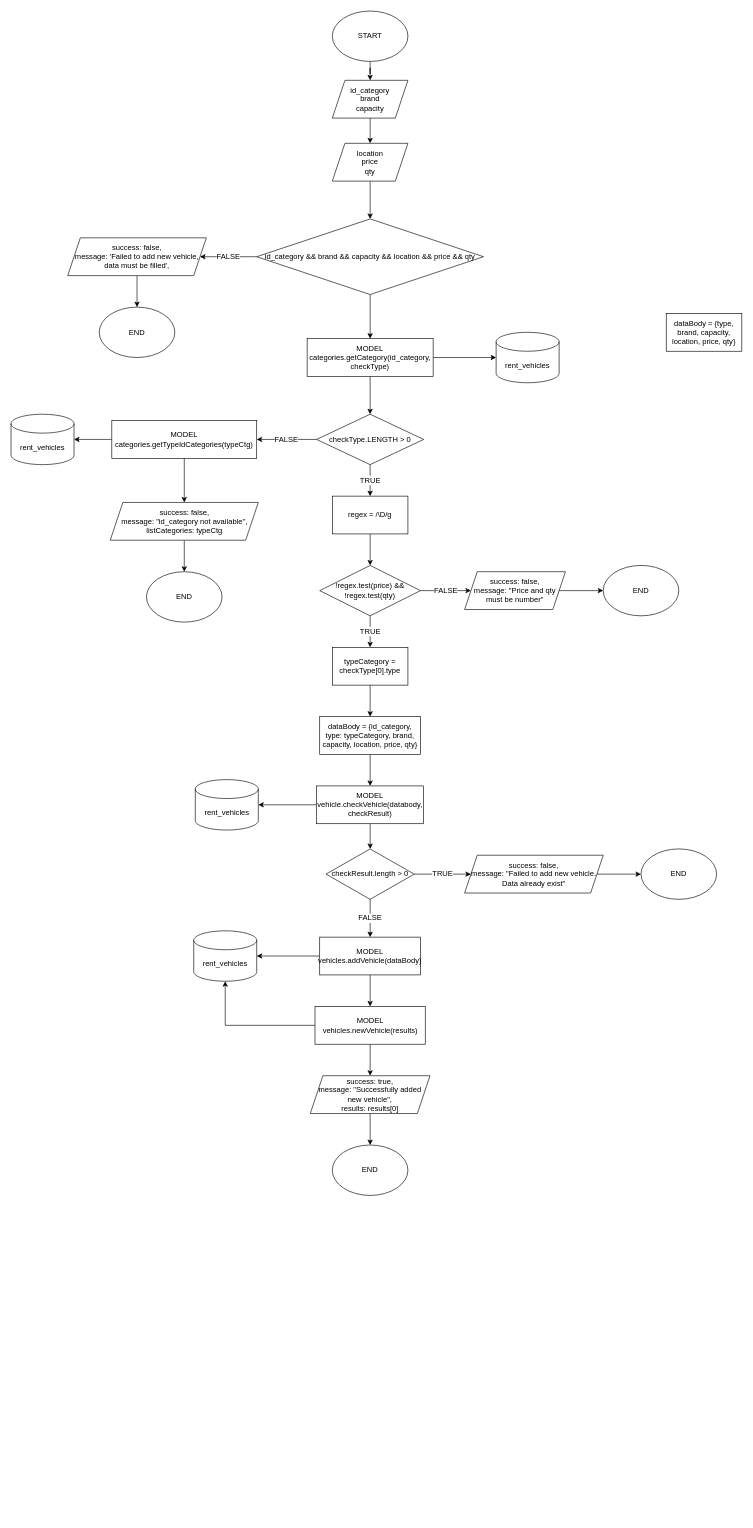
This is page "add vehicle" (4 of 6) of flowchart&ERD/vehicles.drawio from rintosaputro/fw5-backend-beginner, a draw.io file, before an edit. Source tidied: cells renumbered, new cells numbered last; positions are measured from the earlier drawing's top-left corner, leaving out a move shared by most shapes. Both pictures are drawn from the tidied source at 63%, with x=0, y=0 at pixel (11, 11).
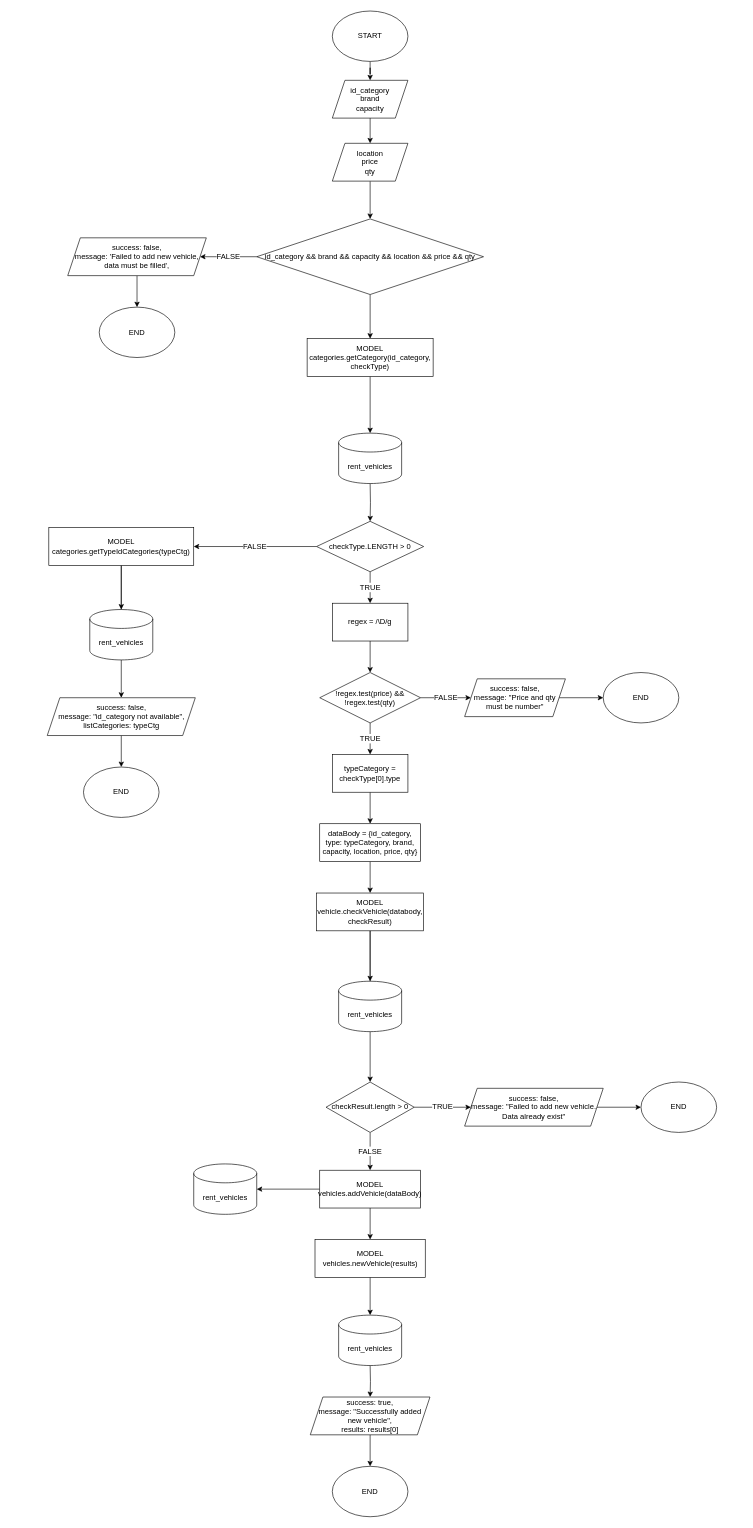
The same page after the edit.

The change refers to these unchanged cells:
```xml
<mxCell id="17" value="MODEL&lt;br&gt;categories.getCategory(id_category, checkType)" style="rounded=0;whiteSpace=wrap;html=1;fontSize=12;" parent="1" vertex="1">
  <mxGeometry x="470" y="520" width="200" height="60" as="geometry" />
</mxCell>
```

Change to the diagram source:
```diff
@@
-    <mxCell id="8" value="dataBody = {type, brand, capacity, location, price, qty}" style="rounded=0;whiteSpace=wrap;html=1;fontSize=12;" parent="1" vertex="1">
-      <mxGeometry x="1040" y="480" width="120" height="60" as="geometry" />
-    </mxCell>
@@
-    <mxCell id="16" style="edgeStyle=orthogonalEdgeStyle;rounded=0;jettySize=auto;html=1;fontSize=12;" parent="1" edge="1" source="17" target="21">
-      <mxGeometry relative="1" as="geometry" />
+    <mxCell id="16" style="edgeStyle=orthogonalEdgeStyle;rounded=0;jettySize=auto;html=1;fontSize=12;" parent="1" edge="1" target="21">
+      <mxGeometry relative="1" as="geometry">
+        <mxPoint x="570" y="750" as="sourcePoint" />
+      </mxGeometry>
     </mxCell>
@@
     <mxCell id="18" value="rent_vehicles" style="shape=cylinder3;whiteSpace=wrap;html=1;boundedLbl=1;backgroundOutline=1;size=15;fontSize=12;" parent="1" vertex="1">
-      <mxGeometry x="770" y="510" width="100" height="80" as="geometry" />
+      <mxGeometry x="520" y="670" width="100" height="80" as="geometry" />
     </mxCell>
@@
     <mxCell id="21" value="checkType.LENGTH &amp;gt; 0" style="rhombus;whiteSpace=wrap;html=1;fontSize=12;" parent="1" vertex="1">
-      <mxGeometry x="485" y="640" width="170" height="80" as="geometry" />
+      <mxGeometry x="485" y="810" width="170" height="80" as="geometry" />
     </mxCell>
@@
     <mxCell id="24" value="MODEL&lt;br&gt;categories.getTypeIdCategories(typeCtg)" style="rounded=0;whiteSpace=wrap;html=1;fontSize=12;" parent="1" vertex="1">
-      <mxGeometry x="160" y="650" width="230" height="60" as="geometry" />
+      <mxGeometry x="60" y="820" width="230" height="60" as="geometry" />
     </mxCell>
     <mxCell id="25" value="rent_vehicles" style="shape=cylinder3;whiteSpace=wrap;html=1;boundedLbl=1;backgroundOutline=1;size=15;fontSize=12;" parent="1" vertex="1">
-      <mxGeometry y="640" width="100" height="80" as="geometry" />
+      <mxGeometry x="125" y="950" width="100" height="80" as="geometry" />
     </mxCell>
@@
     <mxCell id="27" value="success: false,&lt;br&gt;message: &quot;id_category not available&quot;,&lt;br&gt;listCategories: typeCtg" style="shape=parallelogram;perimeter=parallelogramPerimeter;whiteSpace=wrap;html=1;fixedSize=1;fontSize=12;" parent="1" vertex="1">
-      <mxGeometry x="157.5" y="780" width="235" height="60" as="geometry" />
+      <mxGeometry x="57.5" y="1090" width="235" height="60" as="geometry" />
     </mxCell>
     <mxCell id="28" value="END" style="ellipse;whiteSpace=wrap;html=1;fontSize=12;" parent="1" vertex="1">
-      <mxGeometry x="215" y="890" width="120" height="80" as="geometry" />
+      <mxGeometry x="115" y="1200" width="120" height="80" as="geometry" />
     </mxCell>
@@
     <mxCell id="30" value="regex = /\D/g" style="rounded=0;whiteSpace=wrap;html=1;fontSize=12;" parent="1" vertex="1">
-      <mxGeometry x="510" y="770" width="120" height="60" as="geometry" />
+      <mxGeometry x="510" y="940" width="120" height="60" as="geometry" />
     </mxCell>
@@
     <mxCell id="33" value="!regex.test(price) &amp;amp;&amp;amp; !regex.test(qty)" style="rhombus;whiteSpace=wrap;html=1;fontSize=12;" parent="1" vertex="1">
-      <mxGeometry x="490" y="880" width="160" height="80" as="geometry" />
+      <mxGeometry x="490" y="1050" width="160" height="80" as="geometry" />
     </mxCell>
@@
     <mxCell id="35" value="success: false,&lt;br&gt;message: &quot;Price and qty must be number&quot;" style="shape=parallelogram;perimeter=parallelogramPerimeter;whiteSpace=wrap;html=1;fixedSize=1;fontSize=12;" parent="1" vertex="1">
-      <mxGeometry x="720" y="890" width="160" height="60" as="geometry" />
+      <mxGeometry x="720" y="1060" width="160" height="60" as="geometry" />
     </mxCell>
     <mxCell id="36" value="END" style="ellipse;whiteSpace=wrap;html=1;fontSize=12;" parent="1" vertex="1">
-      <mxGeometry x="940" y="880" width="120" height="80" as="geometry" />
+      <mxGeometry x="940" y="1050" width="120" height="80" as="geometry" />
     </mxCell>
@@
     <mxCell id="38" value="typeCategory = checkType[0].type" style="rounded=0;whiteSpace=wrap;html=1;fontSize=12;" parent="1" vertex="1">
-      <mxGeometry x="510" y="1010" width="120" height="60" as="geometry" />
+      <mxGeometry x="510" y="1180" width="120" height="60" as="geometry" />
     </mxCell>
@@
     <mxCell id="40" value="dataBody = {id_category, type: typeCategory, brand, capacity, location, price, qty}" style="rounded=0;whiteSpace=wrap;html=1;fontSize=12;" parent="1" vertex="1">
-      <mxGeometry x="490" y="1120" width="160" height="60" as="geometry" />
+      <mxGeometry x="490" y="1290" width="160" height="60" as="geometry" />
     </mxCell>
@@
-    <mxCell id="42" style="edgeStyle=orthogonalEdgeStyle;rounded=0;jettySize=auto;html=1;fontSize=12;" parent="1" edge="1" source="43" target="47">
+    <mxCell id="42" style="edgeStyle=orthogonalEdgeStyle;rounded=0;jettySize=auto;html=1;fontSize=12;startArrow=none;" parent="1" edge="1" source="44" target="47">
       <mxGeometry relative="1" as="geometry" />
     </mxCell>
     <mxCell id="43" value="MODEL&lt;br&gt;vehicle.checkVehicle(databody, checkResult)" style="rounded=0;whiteSpace=wrap;html=1;fontSize=12;" parent="1" vertex="1">
-      <mxGeometry x="485" y="1230" width="170" height="60" as="geometry" />
+      <mxGeometry x="485" y="1400" width="170" height="60" as="geometry" />
     </mxCell>
-    <mxCell id="44" value="rent_vehicles" style="shape=cylinder3;whiteSpace=wrap;html=1;boundedLbl=1;backgroundOutline=1;size=15;fontSize=12;" parent="1" vertex="1">
-      <mxGeometry x="292.5" y="1220" width="100" height="80" as="geometry" />
-    </mxCell>
@@
     <mxCell id="47" value="checkResult.length &amp;gt; 0" style="rhombus;whiteSpace=wrap;html=1;fontSize=12;" parent="1" vertex="1">
-      <mxGeometry x="500" y="1330" width="140" height="80" as="geometry" />
+      <mxGeometry x="500" y="1700" width="140" height="80" as="geometry" />
     </mxCell>
@@
     <mxCell id="49" value="success: false,&lt;br&gt;message: &quot;Failed to add new vehicle. Data already exist&quot;" style="shape=parallelogram;perimeter=parallelogramPerimeter;whiteSpace=wrap;html=1;fixedSize=1;fontSize=12;" parent="1" vertex="1">
-      <mxGeometry x="720" y="1340" width="220" height="60" as="geometry" />
+      <mxGeometry x="720" y="1710" width="220" height="60" as="geometry" />
     </mxCell>
@@
     <mxCell id="52" value="MODEL&lt;br&gt;vehicles.addVehicle(dataBody)" style="rounded=0;whiteSpace=wrap;html=1;fontSize=12;" parent="1" vertex="1">
-      <mxGeometry x="490" y="1470" width="160" height="60" as="geometry" />
+      <mxGeometry x="490" y="1840" width="160" height="60" as="geometry" />
     </mxCell>
     <mxCell id="53" value="rent_vehicles" style="shape=cylinder3;whiteSpace=wrap;html=1;boundedLbl=1;backgroundOutline=1;size=15;fontSize=12;" parent="1" vertex="1">
-      <mxGeometry x="290" y="1460" width="100" height="80" as="geometry" />
+      <mxGeometry x="290" y="1830" width="100" height="80" as="geometry" />
     </mxCell>
-    <mxCell id="54" style="edgeStyle=orthogonalEdgeStyle;rounded=0;jettySize=auto;html=1;fontSize=12;" parent="1" edge="1" source="56" target="58">
-      <mxGeometry relative="1" as="geometry" />
+    <mxCell id="54" style="edgeStyle=orthogonalEdgeStyle;rounded=0;jettySize=auto;html=1;fontSize=12;" parent="1" edge="1" target="58">
+      <mxGeometry relative="1" as="geometry">
+        <mxPoint x="570" y="2150" as="sourcePoint" />
+      </mxGeometry>
     </mxCell>
-    <mxCell id="55" style="edgeStyle=orthogonalEdgeStyle;rounded=0;jettySize=auto;html=1;entryX=0.5;entryY=1;entryDx=0;entryDy=0;entryPerimeter=0;fontSize=12;" parent="1" edge="1" source="56" target="53">
-      <mxGeometry relative="1" as="geometry" />
-    </mxCell>
+    <mxCell id="61" style="edgeStyle=orthogonalEdgeStyle;rounded=0;jettySize=auto;html=1;" parent="1" edge="1" source="56" target="63">
+      <mxGeometry relative="1" as="geometry" />
+    </mxCell>
     <mxCell id="56" value="MODEL&lt;br&gt;vehicles.newVehicle(results)" style="rounded=0;whiteSpace=wrap;html=1;fontSize=12;" parent="1" vertex="1">
-      <mxGeometry x="482.5" y="1580" width="175" height="60" as="geometry" />
+      <mxGeometry x="482.5" y="1950" width="175" height="60" as="geometry" />
     </mxCell>
@@
     <mxCell id="58" value="success: true,&lt;br&gt;message: &quot;Successfully added new vehicle&quot;,&lt;br&gt;results: results[0]" style="shape=parallelogram;perimeter=parallelogramPerimeter;whiteSpace=wrap;html=1;fixedSize=1;fontSize=12;" parent="1" vertex="1">
-      <mxGeometry x="475" y="1690" width="190" height="60" as="geometry" />
+      <mxGeometry x="475" y="2200" width="190" height="60" as="geometry" />
     </mxCell>
     <mxCell id="59" value="END" style="ellipse;whiteSpace=wrap;html=1;fontSize=12;" parent="1" vertex="1">
-      <mxGeometry x="1000" y="1330" width="120" height="80" as="geometry" />
+      <mxGeometry x="1000" y="1700" width="120" height="80" as="geometry" />
     </mxCell>
     <mxCell id="60" value="END" style="ellipse;whiteSpace=wrap;html=1;fontSize=12;" parent="1" vertex="1">
-      <mxGeometry x="510" y="1800" width="120" height="80" as="geometry" />
+      <mxGeometry x="510" y="2310" width="120" height="80" as="geometry" />
     </mxCell>
+    <mxCell id="44" value="rent_vehicles" style="shape=cylinder3;whiteSpace=wrap;html=1;boundedLbl=1;backgroundOutline=1;size=15;fontSize=12;" parent="1" vertex="1">
+      <mxGeometry x="520" y="1540" width="100" height="80" as="geometry" />
+    </mxCell>
+    <mxCell id="62" style="edgeStyle=orthogonalEdgeStyle;rounded=0;jettySize=auto;html=1;fontSize=12;endArrow=none;" parent="1" edge="1" source="43" target="44">
+      <mxGeometry relative="1" as="geometry" />
+    </mxCell>
+    <mxCell id="63" value="rent_vehicles" style="shape=cylinder3;whiteSpace=wrap;html=1;boundedLbl=1;backgroundOutline=1;size=15;fontSize=12;" parent="1" vertex="1">
+      <mxGeometry x="520" y="2070" width="100" height="80" as="geometry" />
+    </mxCell>
```
